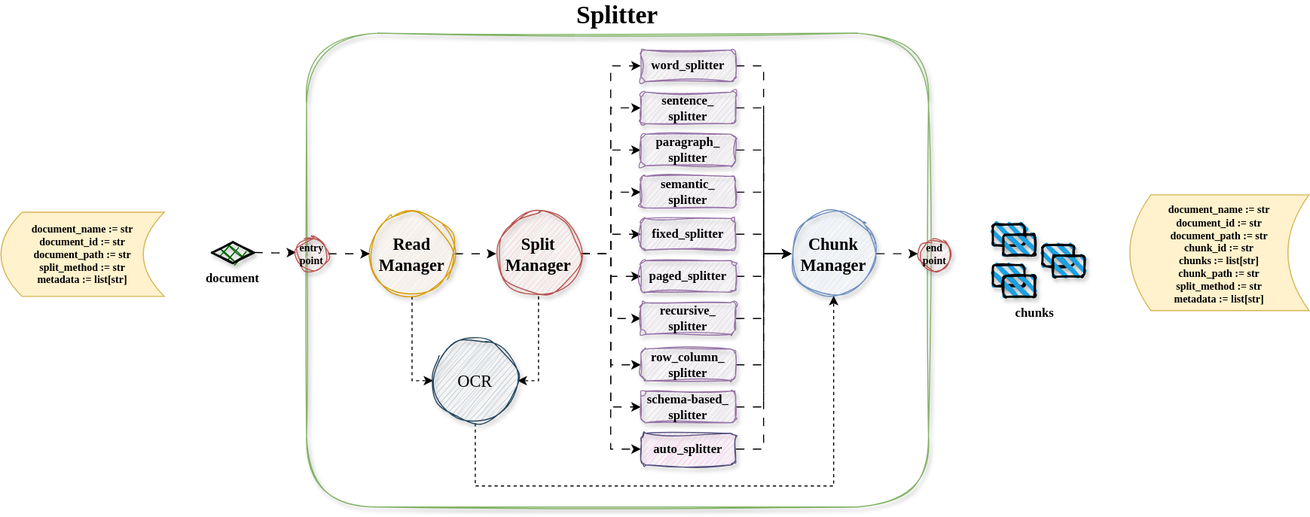
Before: docs/assets/splitter.drawio.svg, a diagram exported from draw.io (andreshere00/Splitter). Source tidied: cells renumbered, new cells last; positions are measured from the earlier drawing's top-left corner, leaving out a move shared by most shapes.
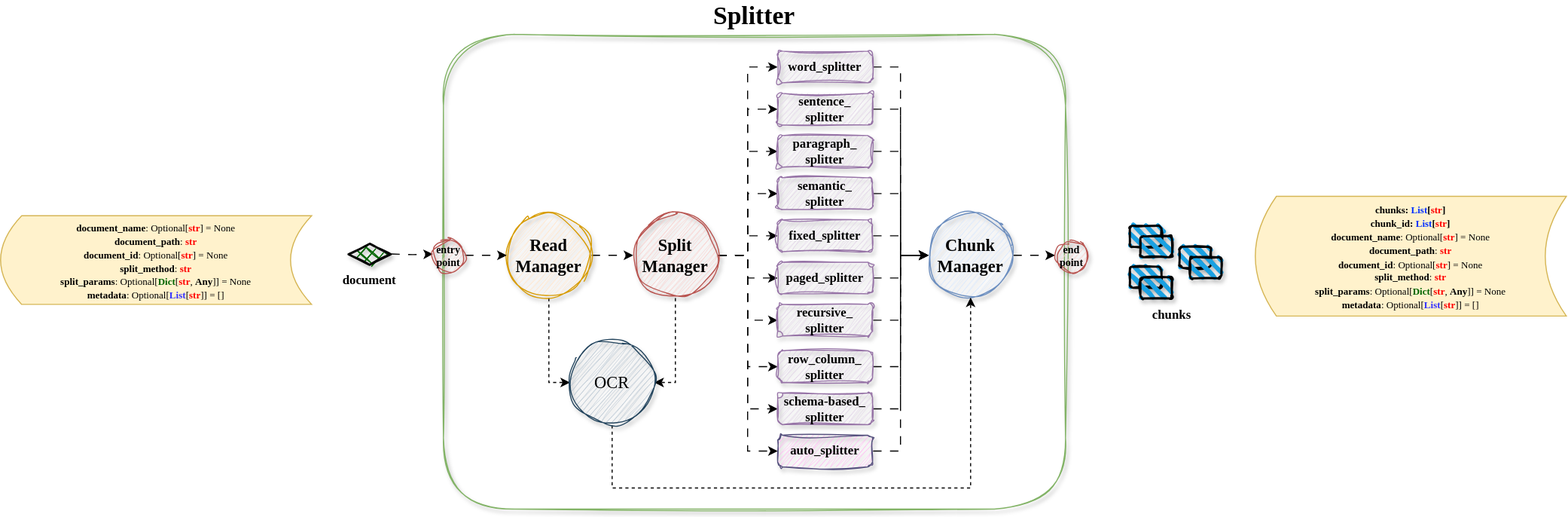
Later version of the same file.

Commit message:
docs(api): update API docs. update architecture diagrams

What changed in the source:
```diff
@@ -168,11 +168,11 @@
     <mxCell id="53" value="schema-based_&lt;div&gt;splitter&lt;/div&gt;" style="rounded=1;whiteSpace=wrap;html=1;fillColor=#e1d5e7;strokeColor=#9673a6;shadow=1;sketch=1;curveFitting=1;jiggle=2;fontStyle=1;fontFamily=Amazon Ember Display;" parent="1" vertex="1">
       <mxGeometry x="607" y="340" width="90" height="30" as="geometry" />
     </mxCell>
-    <mxCell id="54" value="&lt;b&gt;document_name := str&lt;/b&gt;&lt;div&gt;&lt;b&gt;document_id := str&lt;/b&gt;&lt;/div&gt;&lt;div&gt;&lt;b&gt;document_path := str&lt;/b&gt;&lt;/div&gt;&lt;div&gt;&lt;b&gt;split_method := str&lt;/b&gt;&lt;/div&gt;&lt;div&gt;&lt;b&gt;metadata :=&amp;nbsp;&lt;span style=&quot;background-color: transparent; color: light-dark(rgb(0, 0, 0), rgb(255, 255, 255));&quot;&gt;list[str]&lt;/span&gt;&lt;/b&gt;&lt;/div&gt;" style="shape=dataStorage;whiteSpace=wrap;html=1;fixedSize=1;fillColor=#fff2cc;strokeColor=#d6b656;fontFamily=Fira Code;fontSize=10;" parent="1" vertex="1">
-      <mxGeometry y="170" width="155" height="80" as="geometry" />
+    <mxCell id="54" value="&lt;div style=&quot;font-family: &amp;quot;Fira Code&amp;quot;, Menlo, Monaco, &amp;quot;Courier New&amp;quot;, monospace; white-space: pre; line-height: 160%;&quot;&gt;&lt;div style=&quot;line-height: 80%;&quot;&gt;&lt;p style=&quot;margin: 0cm; font-size: 12pt; font-family: Aptos, sans-serif; white-space: normal; line-height: 80%;&quot; align=&quot;center&quot; class=&quot;MsoNormal&quot;&gt;&lt;span style=&quot;font-size: 7pt; font-family: &amp;quot;Fira Code&amp;quot;; line-height: 80%;&quot;&gt;&lt;b style=&quot;line-height: 80%;&quot;&gt;document_name&lt;/b&gt;: Optional[&lt;b style=&quot;line-height: 80%;&quot;&gt;&lt;font style=&quot;color: rgb(255, 0, 0); line-height: 80%;&quot;&gt;str&lt;/font&gt;&lt;/b&gt;] = None&lt;/span&gt;&lt;/p&gt;&lt;p style=&quot;margin: 0cm; font-size: 12pt; font-family: Aptos, sans-serif; white-space: normal; line-height: 80%;&quot; align=&quot;center&quot; class=&quot;MsoNormal&quot;&gt;&lt;span style=&quot;font-size: 7pt; font-family: &amp;quot;Fira Code&amp;quot;; line-height: 80%;&quot;&gt;&lt;b style=&quot;line-height: 80%;&quot;&gt;document_path&lt;/b&gt;: &lt;b style=&quot;line-height: 80%;&quot;&gt;&lt;font style=&quot;color: rgb(255, 0, 0); line-height: 80%;&quot;&gt;str&lt;/font&gt;&lt;/b&gt;&lt;/span&gt;&lt;/p&gt;&lt;p style=&quot;margin: 0cm; font-size: 12pt; font-family: Aptos, sans-serif; white-space: normal; line-height: 80%;&quot; align=&quot;center&quot; class=&quot;MsoNormal&quot;&gt;&lt;span style=&quot;font-size: 7pt; font-family: &amp;quot;Fira Code&amp;quot;; line-height: 80%;&quot;&gt;&lt;b style=&quot;line-height: 80%;&quot;&gt;document_id&lt;/b&gt;: Optional[&lt;b style=&quot;line-height: 80%;&quot;&gt;&lt;font style=&quot;color: rgb(255, 0, 0); line-height: 80%;&quot;&gt;str&lt;/font&gt;&lt;/b&gt;] = None&lt;/span&gt;&lt;/p&gt;&lt;p style=&quot;margin: 0cm; font-size: 12pt; font-family: Aptos, sans-serif; white-space: normal; line-height: 80%;&quot; align=&quot;center&quot; class=&quot;MsoNormal&quot;&gt;&lt;span style=&quot;font-size: 7pt; font-family: &amp;quot;Fira Code&amp;quot;; line-height: 80%;&quot;&gt;&lt;b style=&quot;line-height: 80%;&quot;&gt;split_method&lt;/b&gt;: &lt;b style=&quot;line-height: 80%;&quot;&gt;&lt;font style=&quot;color: rgb(255, 0, 0); line-height: 80%;&quot;&gt;str&lt;/font&gt;&lt;/b&gt;&lt;/span&gt;&lt;/p&gt;&lt;p style=&quot;margin: 0cm; font-size: 12pt; font-family: Aptos, sans-serif; white-space: normal; line-height: 80%;&quot; align=&quot;center&quot; class=&quot;MsoNormal&quot;&gt;&lt;span style=&quot;font-size: 7pt; font-family: &amp;quot;Fira Code&amp;quot;; line-height: 80%;&quot;&gt;&lt;b style=&quot;line-height: 80%;&quot;&gt;split_params&lt;/b&gt;: Optional[&lt;b style=&quot;line-height: 80%;&quot;&gt;&lt;font style=&quot;color: rgb(0, 102, 0); line-height: 80%;&quot;&gt;Dict&lt;/font&gt;&lt;/b&gt;[&lt;b style=&quot;line-height: 80%;&quot;&gt;&lt;font style=&quot;color: rgb(255, 0, 0); line-height: 80%;&quot;&gt;str&lt;/font&gt;&lt;/b&gt;, &lt;b style=&quot;line-height: 80%;&quot;&gt;Any&lt;/b&gt;]] = None&lt;/span&gt;&lt;/p&gt;&lt;p style=&quot;margin: 0cm; font-size: 12pt; font-family: Aptos, sans-serif; white-space: normal; line-height: 80%;&quot; align=&quot;center&quot; class=&quot;MsoNormal&quot;&gt;&lt;span style=&quot;font-size: 7pt; font-family: &amp;quot;Fira Code&amp;quot;; line-height: 80%;&quot;&gt;&lt;b style=&quot;line-height: 80%;&quot;&gt;metadata&lt;/b&gt;: Optional[&lt;b style=&quot;line-height: 80%;&quot;&gt;&lt;font style=&quot;color: rgb(51, 51, 255); line-height: 80%;&quot;&gt;List&lt;/font&gt;&lt;/b&gt;[&lt;b style=&quot;line-height: 80%;&quot;&gt;&lt;font style=&quot;color: rgb(255, 0, 0); line-height: 80%;&quot;&gt;str&lt;/font&gt;&lt;/b&gt;]] = []&lt;/span&gt;&lt;/p&gt;&lt;/div&gt;&lt;/div&gt;" style="shape=dataStorage;html=1;fixedSize=1;fillColor=#fff2cc;strokeColor=#d6b656;fontFamily=Fira Code;fontSize=9;whiteSpace=wrap;" parent="1" vertex="1">
+      <mxGeometry x="-130" y="172" width="295" height="84" as="geometry" />
     </mxCell>
-    <mxCell id="55" value="&lt;b style=&quot;font-family: &amp;quot;Fira Code&amp;quot;; font-size: 10px;&quot;&gt;document_name := str&lt;/b&gt;&lt;div style=&quot;font-family: &amp;quot;Fira Code&amp;quot;; font-size: 10px;&quot;&gt;&lt;b&gt;document_id := str&lt;/b&gt;&lt;/div&gt;&lt;div style=&quot;font-family: &amp;quot;Fira Code&amp;quot;; font-size: 10px;&quot;&gt;&lt;b&gt;document_path := str&lt;/b&gt;&lt;/div&gt;&lt;div style=&quot;font-family: &amp;quot;Fira Code&amp;quot;; font-size: 10px;&quot;&gt;&lt;b&gt;chunk_id := str&lt;/b&gt;&lt;/div&gt;&lt;div style=&quot;font-family: &amp;quot;Fira Code&amp;quot;; font-size: 10px;&quot;&gt;&lt;b&gt;chunks := list[str]&lt;/b&gt;&lt;/div&gt;&lt;div style=&quot;font-family: &amp;quot;Fira Code&amp;quot;; font-size: 10px;&quot;&gt;&lt;b&gt;chunk_path := str&lt;/b&gt;&lt;b&gt;&lt;br&gt;&lt;/b&gt;&lt;/div&gt;&lt;div style=&quot;font-family: &amp;quot;Fira Code&amp;quot;; font-size: 10px;&quot;&gt;&lt;b&gt;split_method := str&lt;/b&gt;&lt;/div&gt;&lt;div style=&quot;font-family: &amp;quot;Fira Code&amp;quot;; font-size: 10px;&quot;&gt;&lt;b&gt;metadata :=&amp;nbsp;&lt;span style=&quot;background-color: transparent; color: light-dark(rgb(0, 0, 0), rgb(255, 255, 255));&quot;&gt;list[str]&lt;/span&gt;&lt;/b&gt;&lt;/div&gt;" style="shape=dataStorage;whiteSpace=wrap;html=1;fixedSize=1;fillColor=#fff2cc;strokeColor=#d6b656;" parent="1" vertex="1">
-      <mxGeometry x="1071" y="153.5" width="170" height="110" as="geometry" />
-    </mxCell>
+    <mxCell id="56" value="&lt;div style=&quot;font-family: &amp;quot;Fira Code&amp;quot;, Menlo, Monaco, &amp;quot;Courier New&amp;quot;, monospace; white-space: pre; line-height: 160%;&quot;&gt;&lt;div style=&quot;line-height: 80%;&quot;&gt;&lt;p style=&quot;margin: 0cm; font-size: 12pt; font-family: Aptos, sans-serif; white-space: normal; background-image: initial; background-position: initial; background-size: initial; background-repeat: initial; background-attachment: initial; background-origin: initial; background-clip: initial; line-height: 80%;&quot; align=&quot;center&quot; class=&quot;MsoNormal&quot;&gt;&lt;b&gt;&lt;span style=&quot;font-size: 7pt; font-family: &amp;quot;Fira Code&amp;quot;; line-height: 80%;&quot; lang=&quot;IT&quot;&gt;chunks: &lt;/span&gt;&lt;/b&gt;&lt;b&gt;&lt;span style=&quot;font-size: 7pt; font-family: &amp;quot;Fira Code&amp;quot;; color: rgb(4, 50, 255); line-height: 80%;&quot; lang=&quot;IT&quot;&gt;List&lt;/span&gt;&lt;/b&gt;&lt;b&gt;&lt;span style=&quot;font-size: 7pt; font-family: &amp;quot;Fira Code&amp;quot;; line-height: 80%;&quot; lang=&quot;IT&quot;&gt;[&lt;/span&gt;&lt;/b&gt;&lt;b&gt;&lt;span style=&quot;font-size: 7pt; font-family: &amp;quot;Fira Code&amp;quot;; color: red; line-height: 80%;&quot; lang=&quot;IT&quot;&gt;str&lt;/span&gt;&lt;/b&gt;&lt;b&gt;&lt;span style=&quot;font-size: 7pt; font-family: &amp;quot;Fira Code&amp;quot;; line-height: 80%;&quot; lang=&quot;IT&quot;&gt;]&lt;/span&gt;&lt;/b&gt;&lt;/p&gt;&lt;p style=&quot;margin: 0cm; font-size: 12pt; font-family: Aptos, sans-serif; white-space: normal; background-image: initial; background-position: initial; background-size: initial; background-repeat: initial; background-attachment: initial; background-origin: initial; background-clip: initial; line-height: 80%;&quot; align=&quot;center&quot; class=&quot;MsoNormal&quot;&gt;&lt;b&gt;&lt;span style=&quot;font-size: 7pt; font-family: &amp;quot;Fira Code&amp;quot;; line-height: 80%;&quot; lang=&quot;IT&quot;&gt;chunk_id: &lt;/span&gt;&lt;/b&gt;&lt;b&gt;&lt;span style=&quot;font-size: 7pt; font-family: &amp;quot;Fira Code&amp;quot;; color: rgb(4, 50, 255); line-height: 80%;&quot; lang=&quot;IT&quot;&gt;List&lt;/span&gt;&lt;/b&gt;&lt;b&gt;&lt;span style=&quot;font-size: 7pt; font-family: &amp;quot;Fira Code&amp;quot;; line-height: 80%;&quot; lang=&quot;IT&quot;&gt;[&lt;/span&gt;&lt;/b&gt;&lt;b&gt;&lt;span style=&quot;font-size: 7pt; font-family: &amp;quot;Fira Code&amp;quot;; color: red; line-height: 80%;&quot; lang=&quot;IT&quot;&gt;str&lt;/span&gt;&lt;/b&gt;&lt;b&gt;&lt;span style=&quot;font-size: 7pt; font-family: &amp;quot;Fira Code&amp;quot;; line-height: 80%;&quot; lang=&quot;IT&quot;&gt;]&lt;/span&gt;&lt;/b&gt;&lt;/p&gt;&lt;p style=&quot;margin: 0cm; font-size: 12pt; font-family: Aptos, sans-serif; white-space: normal; background-image: initial; background-position: initial; background-size: initial; background-repeat: initial; background-attachment: initial; background-origin: initial; background-clip: initial; line-height: 80%;&quot; align=&quot;center&quot; class=&quot;MsoNormal&quot;&gt;&lt;b&gt;&lt;span style=&quot;font-size: 7pt; font-family: &amp;quot;Fira Code&amp;quot;; line-height: 80%;&quot; lang=&quot;IT&quot;&gt;document_name&lt;/span&gt;&lt;/b&gt;&lt;span style=&quot;font-size: 7pt; font-family: &amp;quot;Fira Code&amp;quot;; line-height: 80%;&quot; lang=&quot;IT&quot;&gt;: Optional[&lt;/span&gt;&lt;b&gt;&lt;span style=&quot;font-size: 7pt; font-family: &amp;quot;Fira Code&amp;quot;; color: red; line-height: 80%;&quot; lang=&quot;IT&quot;&gt;str&lt;/span&gt;&lt;/b&gt;&lt;span style=&quot;font-size: 7pt; font-family: &amp;quot;Fira Code&amp;quot;; line-height: 80%;&quot; lang=&quot;IT&quot;&gt;] = None&lt;/span&gt;&lt;span lang=&quot;IT&quot;&gt;&lt;/span&gt;&lt;/p&gt;&lt;p style=&quot;margin: 0cm; font-size: 12pt; font-family: Aptos, sans-serif; white-space: normal; background-image: initial; background-position: initial; background-size: initial; background-repeat: initial; background-attachment: initial; background-origin: initial; background-clip: initial; line-height: 80%;&quot; align=&quot;center&quot; class=&quot;MsoNormal&quot;&gt;&lt;b&gt;&lt;span style=&quot;font-size: 7pt; font-family: &amp;quot;Fira Code&amp;quot;; line-height: 80%;&quot; lang=&quot;IT&quot;&gt;document_path&lt;/span&gt;&lt;/b&gt;&lt;span style=&quot;font-size: 7pt; font-family: &amp;quot;Fira Code&amp;quot;; line-height: 80%;&quot; lang=&quot;IT&quot;&gt;:&amp;nbsp;&lt;/span&gt;&lt;b&gt;&lt;span style=&quot;font-size: 7pt; font-family: &amp;quot;Fira Code&amp;quot;; color: red; line-height: 80%;&quot; lang=&quot;IT&quot;&gt;str&lt;/span&gt;&lt;/b&gt;&lt;span lang=&quot;IT&quot;&gt;&lt;/span&gt;&lt;/p&gt;&lt;p style=&quot;margin: 0cm; font-size: 12pt; font-family: Aptos, sans-serif; white-space: normal; background-image: initial; background-position: initial; background-size: initial; background-repeat: initial; background-attachment: initial; background-origin: initial; background-clip: initial; line-height: 80%;&quot; align=&quot;center&quot; class=&quot;MsoNormal&quot;&gt;&lt;b&gt;&lt;span style=&quot;font-size: 7pt; font-family: &amp;quot;Fira Code&amp;quot;; line-height: 80%;&quot; lang=&quot;IT&quot;&gt;document_id&lt;/span&gt;&lt;/b&gt;&lt;span style=&quot;font-size: 7pt; font-family: &amp;quot;Fira Code&amp;quot;; line-height: 80%;&quot; lang=&quot;IT&quot;&gt;: Optional[&lt;/span&gt;&lt;b&gt;&lt;span style=&quot;font-size: 7pt; font-family: &amp;quot;Fira Code&amp;quot;; color: red; line-height: 80%;&quot; lang=&quot;IT&quot;&gt;str&lt;/span&gt;&lt;/b&gt;&lt;span style=&quot;font-size: 7pt; font-family: &amp;quot;Fira Code&amp;quot;; line-height: 80%;&quot; lang=&quot;IT&quot;&gt;] = None&lt;/span&gt;&lt;span lang=&quot;IT&quot;&gt;&lt;/span&gt;&lt;/p&gt;&lt;p style=&quot;margin: 0cm; font-size: 12pt; font-family: Aptos, sans-serif; white-space: normal; background-image: initial; background-position: initial; background-size: initial; background-repeat: initial; background-attachment: initial; background-origin: initial; background-clip: initial; line-height: 80%;&quot; align=&quot;center&quot; class=&quot;MsoNormal&quot;&gt;&lt;b&gt;&lt;span style=&quot;font-size: 7pt; font-family: &amp;quot;Fira Code&amp;quot;; line-height: 80%;&quot; lang=&quot;IT&quot;&gt;split_method&lt;/span&gt;&lt;/b&gt;&lt;span style=&quot;font-size: 7pt; font-family: &amp;quot;Fira Code&amp;quot;; line-height: 80%;&quot; lang=&quot;IT&quot;&gt;:&amp;nbsp;&lt;/span&gt;&lt;b&gt;&lt;span style=&quot;font-size: 7pt; font-family: &amp;quot;Fira Code&amp;quot;; color: red; line-height: 80%;&quot; lang=&quot;IT&quot;&gt;str&lt;/span&gt;&lt;/b&gt;&lt;span lang=&quot;IT&quot;&gt;&lt;/span&gt;&lt;/p&gt;&lt;p style=&quot;margin: 0cm; font-size: 12pt; font-family: Aptos, sans-serif; white-space: normal; background-image: initial; background-position: initial; background-size: initial; background-repeat: initial; background-attachment: initial; background-origin: initial; background-clip: initial; line-height: 80%;&quot; align=&quot;center&quot; class=&quot;MsoNormal&quot;&gt;&lt;b&gt;&lt;span style=&quot;font-size: 7pt; font-family: &amp;quot;Fira Code&amp;quot;; line-height: 80%;&quot;&gt;split_params&lt;/span&gt;&lt;/b&gt;&lt;span style=&quot;font-size: 7pt; font-family: &amp;quot;Fira Code&amp;quot;; line-height: 80%;&quot;&gt;: Optional[&lt;/span&gt;&lt;b&gt;&lt;span style=&quot;font-size: 7pt; font-family: &amp;quot;Fira Code&amp;quot;; color: rgb(0, 102, 0); line-height: 80%;&quot;&gt;Dict&lt;/span&gt;&lt;/b&gt;&lt;span style=&quot;font-size: 7pt; font-family: &amp;quot;Fira Code&amp;quot;; line-height: 80%;&quot;&gt;[&lt;/span&gt;&lt;b&gt;&lt;span style=&quot;font-size: 7pt; font-family: &amp;quot;Fira Code&amp;quot;; color: red; line-height: 80%;&quot;&gt;str&lt;/span&gt;&lt;/b&gt;&lt;span style=&quot;font-size: 7pt; font-family: &amp;quot;Fira Code&amp;quot;; line-height: 80%;&quot;&gt;,&amp;nbsp;&lt;b style=&quot;line-height: 80%;&quot;&gt;Any&lt;/b&gt;]] = None&lt;/span&gt;&lt;/p&gt;&lt;p style=&quot;margin: 0cm; font-size: 12pt; font-family: Aptos, sans-serif; white-space: normal; background-image: initial; background-position: initial; background-size: initial; background-repeat: initial; background-attachment: initial; background-origin: initial; background-clip: initial; line-height: 80%;&quot; align=&quot;center&quot; class=&quot;MsoNormal&quot;&gt;&lt;b&gt;&lt;span style=&quot;font-size: 7pt; font-family: &amp;quot;Fira Code&amp;quot;; line-height: 80%;&quot;&gt;metadata&lt;/span&gt;&lt;/b&gt;&lt;span style=&quot;font-size: 7pt; font-family: &amp;quot;Fira Code&amp;quot;; line-height: 80%;&quot;&gt;: Optional[&lt;/span&gt;&lt;b&gt;&lt;span style=&quot;font-size: 7pt; font-family: &amp;quot;Fira Code&amp;quot;; color: rgb(51, 51, 255); line-height: 80%;&quot;&gt;List&lt;/span&gt;&lt;/b&gt;&lt;span style=&quot;font-size: 7pt; font-family: &amp;quot;Fira Code&amp;quot;; line-height: 80%;&quot;&gt;[&lt;/span&gt;&lt;b&gt;&lt;span style=&quot;font-size: 7pt; font-family: &amp;quot;Fira Code&amp;quot;; color: red; line-height: 80%;&quot;&gt;str&lt;/span&gt;&lt;/b&gt;&lt;span style=&quot;font-size: 7pt; font-family: &amp;quot;Fira Code&amp;quot;; line-height: 80%;&quot;&gt;]] = []&lt;/span&gt;&lt;/p&gt;&lt;/div&gt;&lt;/div&gt;" style="shape=dataStorage;html=1;fixedSize=1;fillColor=#fff2cc;strokeColor=#d6b656;fontFamily=Fira Code;fontSize=9;whiteSpace=wrap;" parent="1" vertex="1">
+      <mxGeometry x="1060" y="153.6" width="295" height="113.5" as="geometry" />
+    </mxCell>
   </root>
 </mxGraphModel>
```
